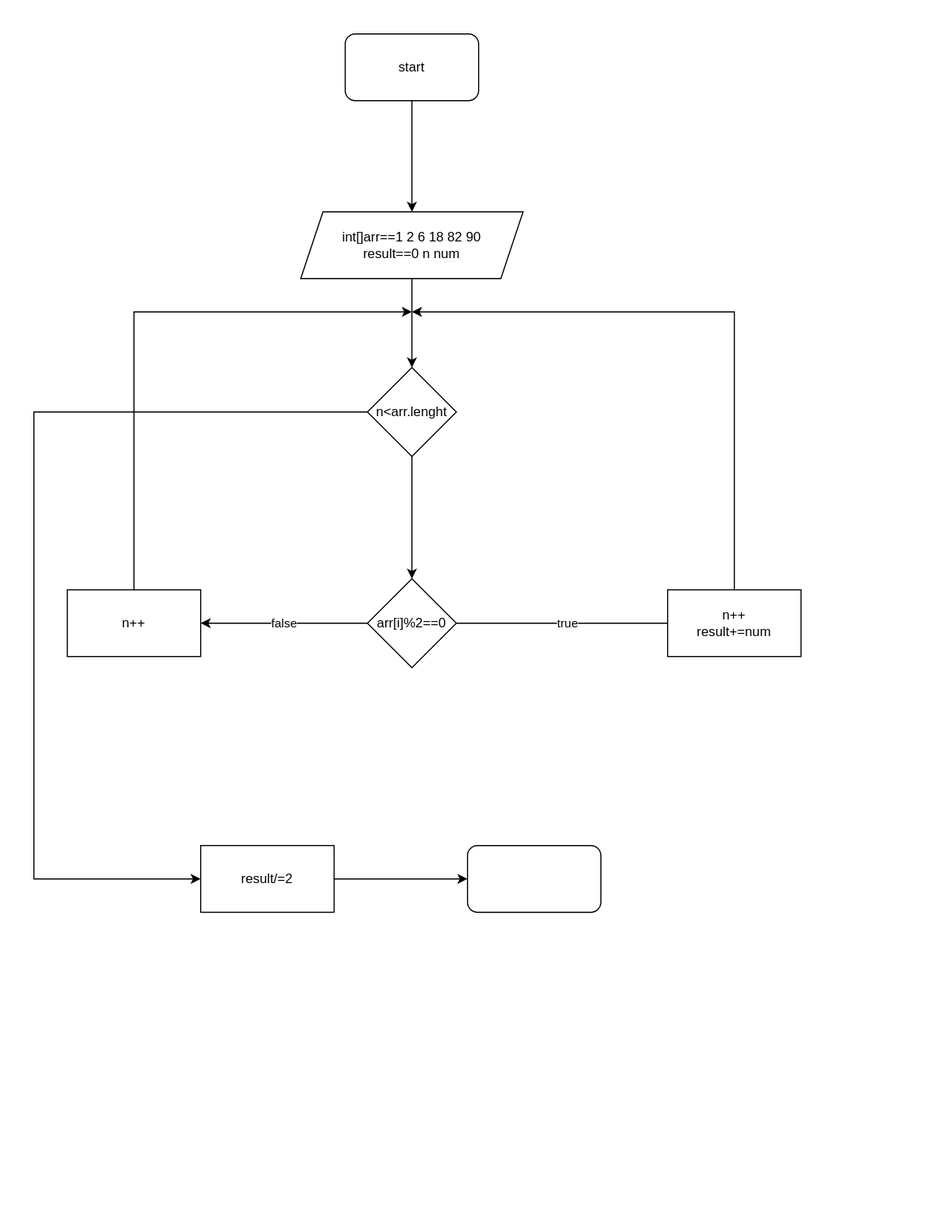
Above: Untitled Diagram.drawio.svg in Mahammad07/arrays (draw.io), before the change. Source tidied: cells renumbered, new cells last; positions are measured from the earlier drawing's top-left corner, leaving out a move shared by most shapes.
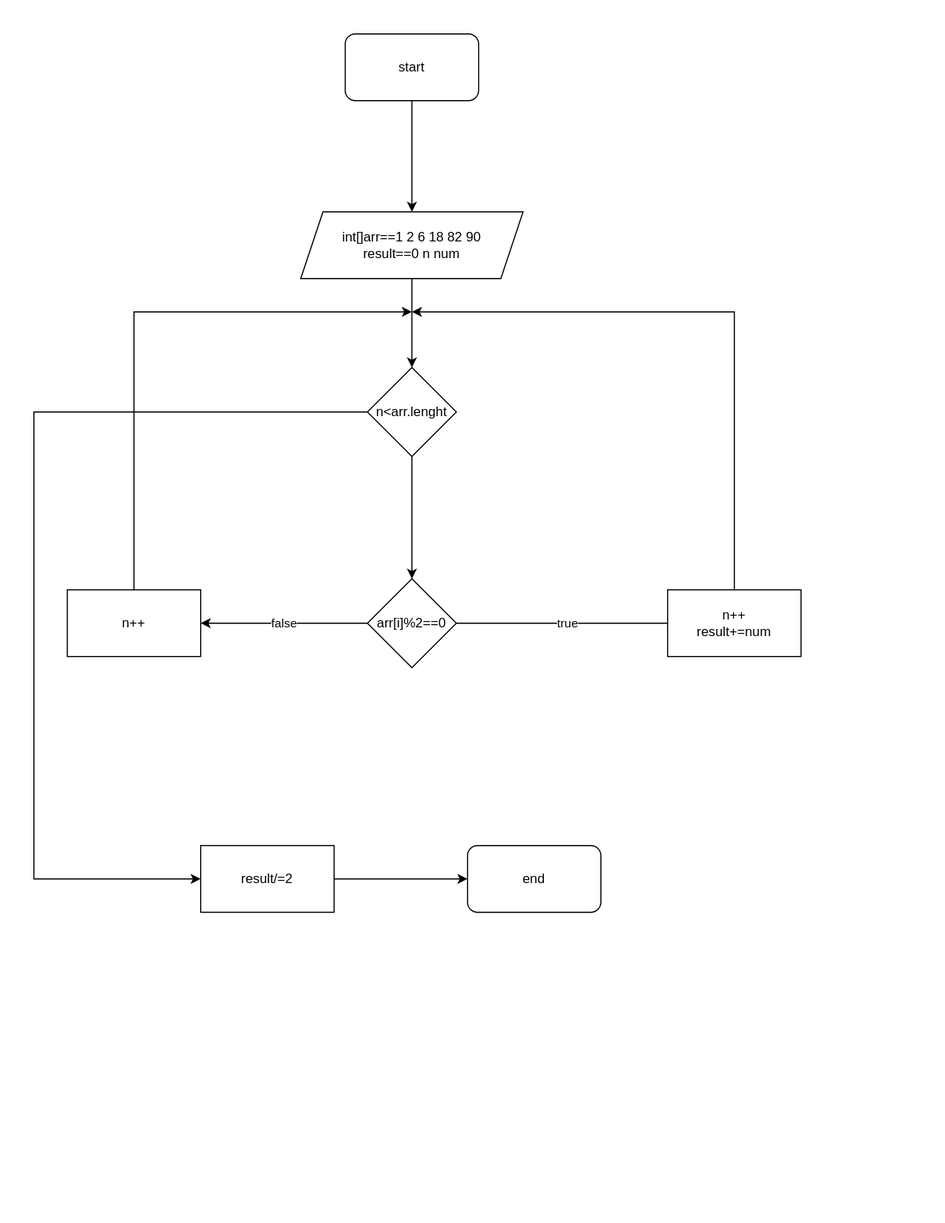
Above is the later version.

Commit message:
2 e bolunenlerin ededi ortasi

Change to the diagram source:
```diff
@@ -67,7 +67,7 @@
     <mxCell id="17" value="result/=2" style="rounded=0;whiteSpace=wrap;html=1;" parent="1" vertex="1">
       <mxGeometry x="150" y="730" width="120" height="60" as="geometry" />
     </mxCell>
-    <mxCell id="18" style="rounded=1;whiteSpace=wrap;html=1;" parent="1" vertex="1">
+    <mxCell id="18" value="end" style="rounded=1;whiteSpace=wrap;html=1;" parent="1" vertex="1">
       <mxGeometry x="390" y="730" width="120" height="60" as="geometry" />
     </mxCell>
   </root>
```
